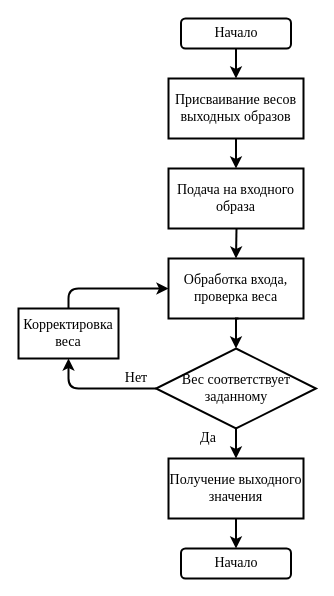
Before: Untitled Diagram.drawio in BogdanPashchenko/2lab, a draw.io diagram. Source tidied: cells renumbered, new cells numbered last; positions are measured from the earlier drawing's top-left corner, leaving out a move shared by most shapes. Both pictures are drawn from the tidied source at 100%, with x=0, y=0 at pixel (18, 18).
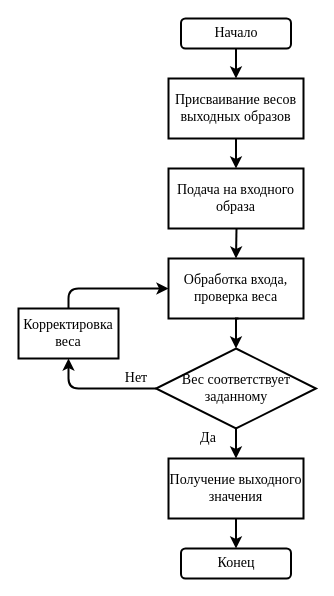
The same page after the edit.

What changed in the source:
```diff
@@
-    <mxCell id="18" value="&lt;font face=&quot;Times New Roman&quot; style=&quot;font-size: 14px&quot;&gt;Начало&lt;/font&gt;" style="rounded=1;whiteSpace=wrap;html=1;strokeWidth=2;" parent="1" vertex="1">
+    <mxCell id="18" value="&lt;font face=&quot;Times New Roman&quot; style=&quot;font-size: 14px&quot;&gt;Конец&lt;/font&gt;" style="rounded=1;whiteSpace=wrap;html=1;strokeWidth=2;" parent="1" vertex="1">
       <mxGeometry x="162.5" y="530" width="110" height="30" as="geometry" />
     </mxCell>
```
